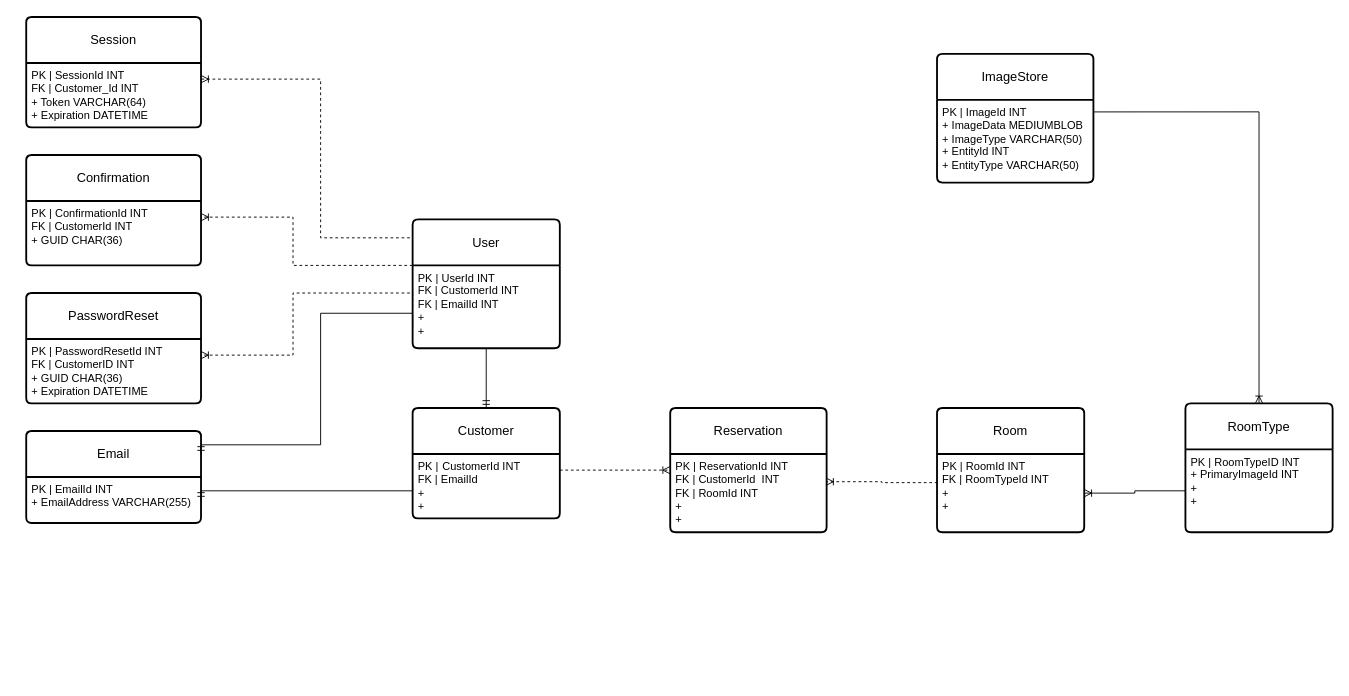
Earlier version of the draw.io diagram MoffatBayDB.drawio (RUKtheCROOK/Moffat-Bay). Source tidied: cells renumbered, new cells numbered last; positions are measured from the earlier drawing's top-left corner, leaving out a move shared by most shapes. Both pictures are drawn from the tidied source at 92%, with x=0, y=0 at pixel (26, 17).
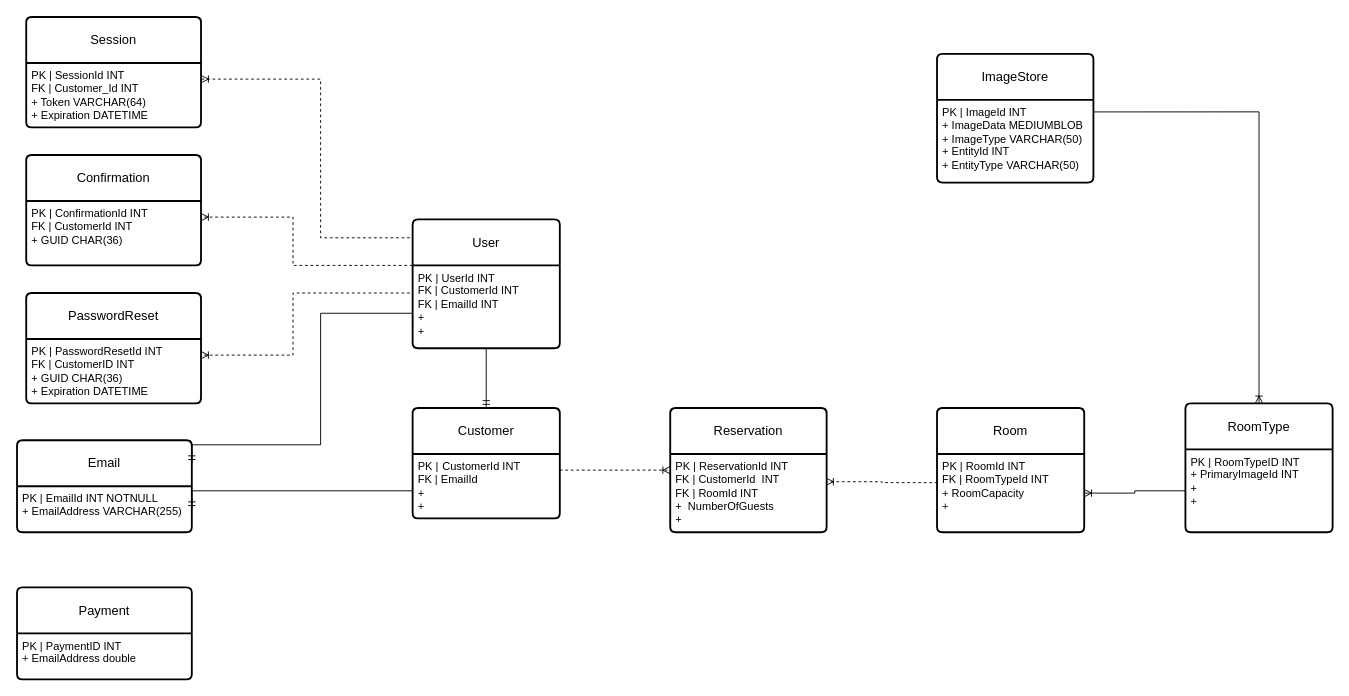
After the change.

Unchanged cells that the change refers to:
```xml
<mxCell id="4" value="Reservation" style="swimlane;horizontal=1;startSize=50;rounded=1;fontSize=14;fontStyle=0;strokeWidth=2;shadow=0;dashed=0;align=center;arcSize=4;whiteSpace=wrap;html=1;" parent="1" vertex="1">
  <mxGeometry x="700" y="425" width="170" height="135" as="geometry" />
</mxCell>
<mxCell id="6" value="Room" style="swimlane;horizontal=1;startSize=50;rounded=1;fontSize=14;fontStyle=0;strokeWidth=2;shadow=0;dashed=0;align=center;arcSize=4;whiteSpace=wrap;html=1;" parent="1" vertex="1">
  <mxGeometry x="990" y="425" width="160" height="135" as="geometry" />
</mxCell>
```

What changed in the source:
```diff
@@
-    <mxCell id="5" value="&lt;div&gt;PK | ReservationId INT&lt;/div&gt;FK | CustomerId&amp;nbsp; INT&lt;div&gt;FK | RoomId INT&lt;/div&gt;&lt;div&gt;+&amp;nbsp;&amp;nbsp;&lt;/div&gt;&lt;div&gt;+&amp;nbsp;&lt;/div&gt;" style="align=left;strokeColor=none;fillColor=none;spacingLeft=4;fontSize=12;verticalAlign=top;html=1;" parent="4" vertex="1">
+    <mxCell id="5" value="&lt;div&gt;PK | ReservationId INT&lt;/div&gt;FK | CustomerId&amp;nbsp; INT&lt;div&gt;FK | RoomId INT&lt;/div&gt;&lt;div&gt;+&amp;nbsp; NumberOfGuests&lt;/div&gt;&lt;div&gt;+&amp;nbsp;&lt;/div&gt;" style="align=left;strokeColor=none;fillColor=none;spacingLeft=4;fontSize=12;verticalAlign=top;html=1;" parent="4" vertex="1">
       <mxGeometry y="50" width="170" height="85" as="geometry" />
     </mxCell>
@@
-    <mxCell id="7" value="&lt;div&gt;PK | RoomId INT&lt;/div&gt;FK | RoomTypeId INT&lt;br&gt;+&amp;nbsp;&lt;br&gt;&lt;div&gt;+&amp;nbsp;&lt;/div&gt;" style="align=left;strokeColor=none;fillColor=none;spacingLeft=4;fontSize=12;verticalAlign=top;html=1;" parent="6" vertex="1">
+    <mxCell id="7" value="&lt;div&gt;PK | RoomId INT&lt;/div&gt;FK | RoomTypeId INT&lt;br&gt;+ RoomCapacity&lt;br&gt;&lt;span style=&quot;background-color: initial;&quot;&gt;+&amp;nbsp;&lt;/span&gt;" style="align=left;strokeColor=none;fillColor=none;spacingLeft=4;fontSize=12;verticalAlign=top;html=1;" parent="6" vertex="1">
       <mxGeometry y="50" width="160" height="85" as="geometry" />
     </mxCell>
@@
     <mxCell id="26" value="Email" style="swimlane;horizontal=1;startSize=50;rounded=1;fontSize=14;fontStyle=0;strokeWidth=2;shadow=0;dashed=0;align=center;arcSize=4;whiteSpace=wrap;html=1;" parent="1" vertex="1">
-      <mxGeometry y="450" width="190" height="100" as="geometry" />
+      <mxGeometry x="-10" y="460" width="190" height="100" as="geometry" />
     </mxCell>
-    <mxCell id="27" value="PK | EmailId INT&lt;div&gt;+ EmailAddress VARCHAR(255)&lt;/div&gt;" style="align=left;strokeColor=none;fillColor=none;spacingLeft=4;fontSize=12;verticalAlign=top;html=1;" parent="26" vertex="1">
+    <mxCell id="27" value="PK | EmailId INT NOTNULL&lt;div&gt;+ EmailAddress VARCHAR(255)&lt;/div&gt;" style="align=left;strokeColor=none;fillColor=none;spacingLeft=4;fontSize=12;verticalAlign=top;html=1;" parent="26" vertex="1">
       <mxGeometry y="50" width="190" height="50" as="geometry" />
     </mxCell>
@@
+    <mxCell id="32" value="Payment" style="swimlane;horizontal=1;startSize=50;rounded=1;fontSize=14;fontStyle=0;strokeWidth=2;shadow=0;dashed=0;align=center;arcSize=4;whiteSpace=wrap;html=1;" parent="1" vertex="1">
+      <mxGeometry x="-10" y="620" width="190" height="100" as="geometry" />
+    </mxCell>
+    <mxCell id="33" value="PK | PaymentID INT&lt;div&gt;+ EmailAddress double&lt;/div&gt;" style="align=left;strokeColor=none;fillColor=none;spacingLeft=4;fontSize=12;verticalAlign=top;html=1;" parent="32" vertex="1">
+      <mxGeometry y="50" width="190" height="50" as="geometry" />
+    </mxCell>
```
